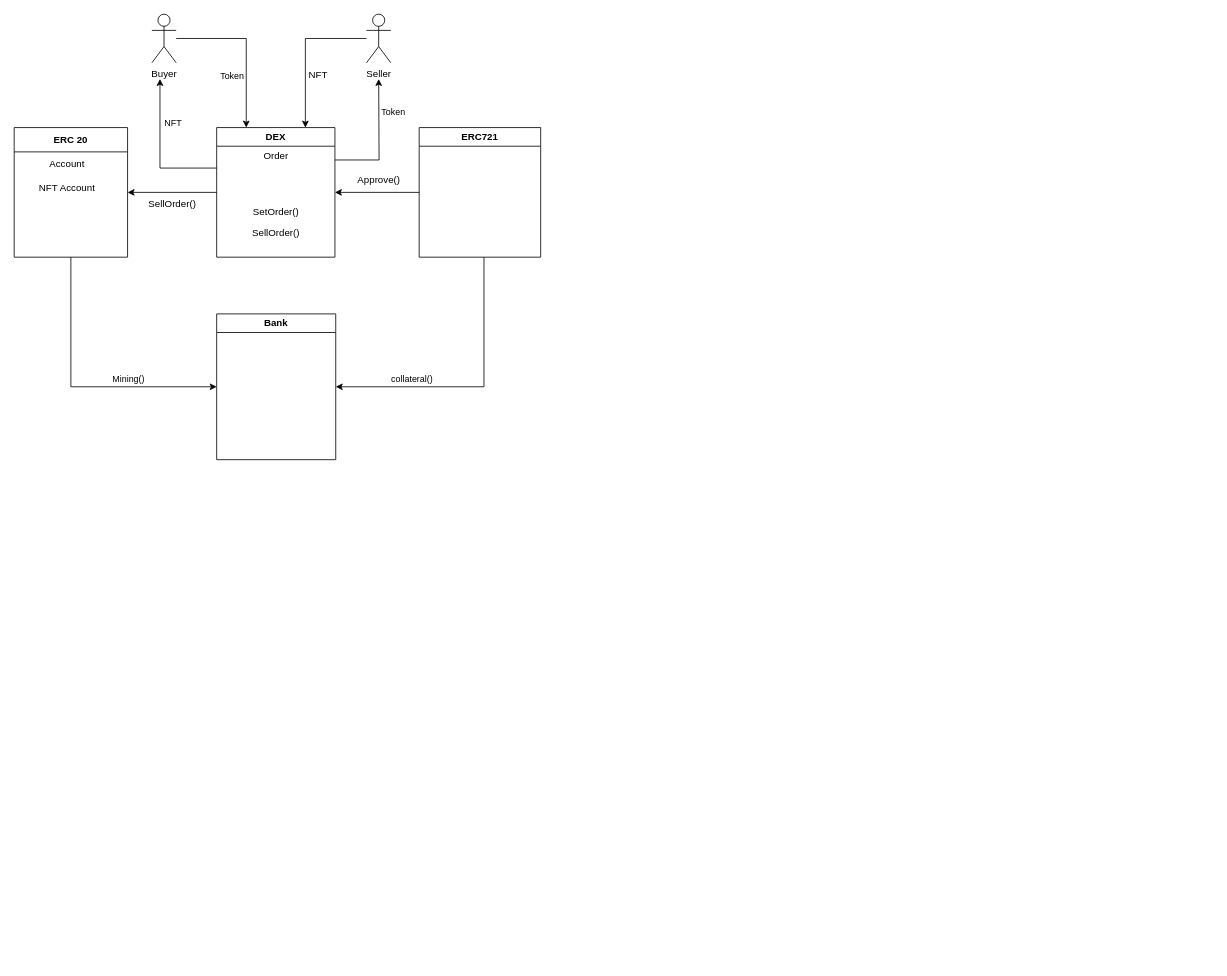
This is NFT.drawio from Adamlixi/adamblog.github.io, a draw.io file, before an edit. Source tidied: cells renumbered, new cells numbered last; positions are measured from the earlier drawing's top-left corner, leaving out a move shared by most shapes. Both pictures are drawn from the tidied source at 81%, with x=0, y=0 at pixel (14, 14).
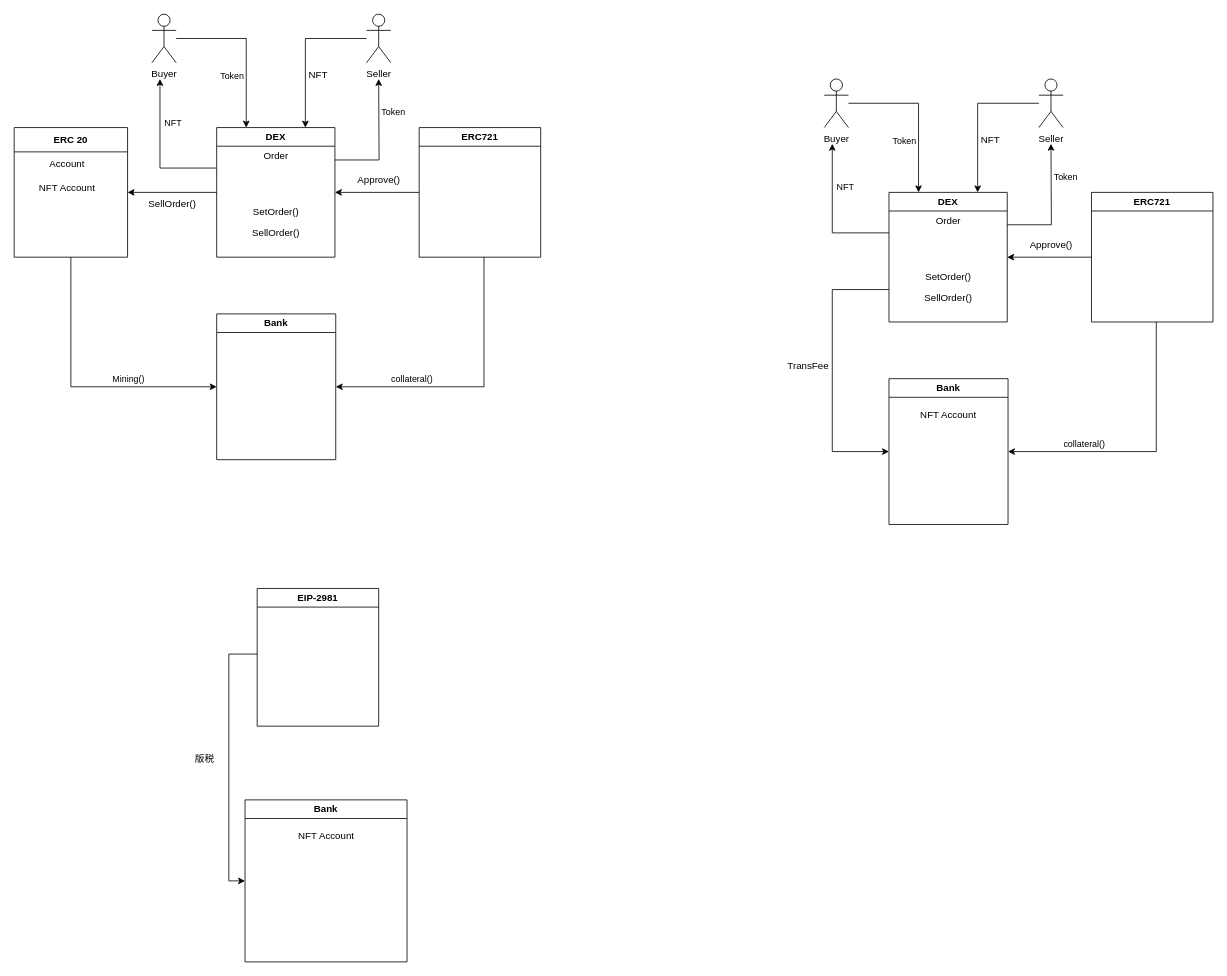
Above is the later version.

What changed in the source:
```diff
@@
+    <mxCell id="29" style="edgeStyle=orthogonalEdgeStyle;rounded=0;jettySize=auto;html=1;entryX=0;entryY=0.5;entryDx=0;entryDy=0;" parent="1" edge="1" target="31">
+      <mxGeometry relative="1" as="geometry">
+        <mxPoint x="300" y="790" as="sourcePoint" />
+        <Array as="points">
+          <mxPoint x="265" y="790" />
+          <mxPoint x="265" y="1070" />
+        </Array>
+      </mxGeometry>
+    </mxCell>
+    <mxCell id="30" value="EIP-2981" style="swimlane;whiteSpace=wrap;html=1;" parent="1" vertex="1">
+      <mxGeometry x="300" y="709" width="150" height="170" as="geometry" />
+    </mxCell>
+    <mxCell id="31" value="Bank" style="swimlane;whiteSpace=wrap;html=1;" parent="1" vertex="1">
+      <mxGeometry x="285" y="970" width="200" height="200" as="geometry" />
+    </mxCell>
+    <mxCell id="32" value="NFT Account" style="text;html=1;align=center;verticalAlign=middle;strokeColor=none;fillColor=none;" parent="31" vertex="1">
+      <mxGeometry x="55" y="30" width="90" height="30" as="geometry" />
+    </mxCell>
+    <mxCell id="33" value="版税" style="text;html=1;align=center;verticalAlign=middle;strokeColor=none;fillColor=none;" parent="1" vertex="1">
+      <mxGeometry x="210" y="905" width="50" height="30" as="geometry" />
+    </mxCell>
+    <mxCell id="34" style="edgeStyle=orthogonalEdgeStyle;rounded=0;jettySize=auto;html=1;entryX=0;entryY=0.5;entryDx=0;entryDy=0;exitX=0;exitY=0.75;exitDx=0;exitDy=0;" parent="1" edge="1" source="39" target="55">
+      <mxGeometry relative="1" as="geometry">
+        <Array as="points">
+          <mxPoint x="1010" y="340" />
+          <mxPoint x="1010" y="540" />
+        </Array>
+      </mxGeometry>
+    </mxCell>
+    <mxCell id="35" style="edgeStyle=orthogonalEdgeStyle;rounded=0;jettySize=auto;html=1;" parent="1" edge="1" source="39">
+      <mxGeometry relative="1" as="geometry">
+        <mxPoint x="1010" y="160" as="targetPoint" />
+        <Array as="points">
+          <mxPoint x="1010" y="270" />
+        </Array>
+      </mxGeometry>
+    </mxCell>
+    <mxCell id="36" value="NFT" style="edgeLabel;html=1;align=center;verticalAlign=middle;" parent="35" vertex="1">
+      <mxGeometry x="0.41" relative="1" as="geometry">
+        <mxPoint x="15" as="offset" />
+      </mxGeometry>
+    </mxCell>
+    <mxCell id="37" style="edgeStyle=orthogonalEdgeStyle;rounded=0;jettySize=auto;html=1;exitX=1;exitY=0.25;exitDx=0;exitDy=0;" parent="1" edge="1" source="39">
+      <mxGeometry relative="1" as="geometry">
+        <mxPoint x="1280" y="160" as="targetPoint" />
+      </mxGeometry>
+    </mxCell>
+    <mxCell id="38" value="Token" style="edgeLabel;html=1;align=center;verticalAlign=middle;" parent="37" vertex="1">
+      <mxGeometry x="0.47" y="-4" relative="1" as="geometry">
+        <mxPoint x="13" as="offset" />
+      </mxGeometry>
+    </mxCell>
+    <mxCell id="39" value="DEX" style="swimlane;whiteSpace=wrap;html=1;" parent="1" vertex="1">
+      <mxGeometry x="1080" y="220" width="146" height="160" as="geometry" />
+    </mxCell>
+    <mxCell id="40" value="Order" style="text;html=1;align=center;verticalAlign=middle;strokeColor=none;fillColor=none;" parent="39" vertex="1">
+      <mxGeometry x="48" y="20" width="50" height="30" as="geometry" />
+    </mxCell>
+    <mxCell id="41" value="SetOrder()" style="text;html=1;align=center;verticalAlign=middle;strokeColor=none;fillColor=none;" parent="39" vertex="1">
+      <mxGeometry x="33" y="90" width="80" height="30" as="geometry" />
+    </mxCell>
+    <mxCell id="42" value="SellOrder()" style="text;html=1;align=center;verticalAlign=middle;strokeColor=none;fillColor=none;" parent="39" vertex="1">
+      <mxGeometry x="33" y="115" width="80" height="30" as="geometry" />
+    </mxCell>
+    <mxCell id="43" style="edgeStyle=orthogonalEdgeStyle;rounded=0;jettySize=auto;html=1;entryX=1;entryY=0.5;entryDx=0;entryDy=0;" parent="1" edge="1" source="46" target="39">
+      <mxGeometry relative="1" as="geometry" />
+    </mxCell>
+    <mxCell id="44" style="edgeStyle=orthogonalEdgeStyle;rounded=0;jettySize=auto;html=1;entryX=1;entryY=0.5;entryDx=0;entryDy=0;" parent="1" edge="1" source="46" target="55">
+      <mxGeometry relative="1" as="geometry">
+        <Array as="points">
+          <mxPoint x="1410" y="540" />
+        </Array>
+      </mxGeometry>
+    </mxCell>
+    <mxCell id="45" value="collateral()" style="edgeLabel;html=1;align=center;verticalAlign=middle;" parent="44" vertex="1">
+      <mxGeometry x="0.47" y="-4" relative="1" as="geometry">
+        <mxPoint x="2" y="-6" as="offset" />
+      </mxGeometry>
+    </mxCell>
+    <mxCell id="46" value="ERC721" style="swimlane;whiteSpace=wrap;html=1;" parent="1" vertex="1">
+      <mxGeometry x="1330" y="220" width="150" height="160" as="geometry" />
+    </mxCell>
+    <mxCell id="47" value="TransFee" style="text;html=1;align=center;verticalAlign=middle;strokeColor=none;fillColor=none;" parent="1" vertex="1">
+      <mxGeometry x="945" y="420" width="70" height="30" as="geometry" />
+    </mxCell>
+    <mxCell id="48" value="Approve()" style="text;html=1;align=center;verticalAlign=middle;strokeColor=none;fillColor=none;" parent="1" vertex="1">
+      <mxGeometry x="1240" y="270" width="80" height="30" as="geometry" />
+    </mxCell>
+    <mxCell id="49" style="edgeStyle=orthogonalEdgeStyle;rounded=0;jettySize=auto;html=1;entryX=0.25;entryY=0;entryDx=0;entryDy=0;" parent="1" edge="1" source="51" target="39">
+      <mxGeometry relative="1" as="geometry" />
+    </mxCell>
+    <mxCell id="50" value="Token" style="edgeLabel;html=1;align=center;verticalAlign=middle;" parent="49" vertex="1">
+      <mxGeometry x="0.33" y="1" relative="1" as="geometry">
+        <mxPoint x="-19" y="2" as="offset" />
+      </mxGeometry>
+    </mxCell>
+    <mxCell id="51" value="Buyer" style="shape=umlActor;verticalLabelPosition=bottom;verticalAlign=top;html=1;outlineConnect=0;" parent="1" vertex="1">
+      <mxGeometry x="1000" y="80" width="30" height="60" as="geometry" />
+    </mxCell>
+    <mxCell id="52" style="edgeStyle=orthogonalEdgeStyle;rounded=0;jettySize=auto;html=1;entryX=0.75;entryY=0;entryDx=0;entryDy=0;" parent="1" edge="1" source="53" target="39">
+      <mxGeometry relative="1" as="geometry" />
+    </mxCell>
+    <mxCell id="53" value="Seller" style="shape=umlActor;verticalLabelPosition=bottom;verticalAlign=top;html=1;outlineConnect=0;" parent="1" vertex="1">
+      <mxGeometry x="1265" y="80" width="30" height="60" as="geometry" />
+    </mxCell>
+    <mxCell id="54" value="NFT" style="text;html=1;align=center;verticalAlign=middle;strokeColor=none;fillColor=none;" parent="1" vertex="1">
+      <mxGeometry x="1180" y="140" width="50" height="30" as="geometry" />
+    </mxCell>
+    <mxCell id="55" value="Bank" style="swimlane;whiteSpace=wrap;html=1;" parent="1" vertex="1">
+      <mxGeometry x="1080" y="450" width="147" height="180" as="geometry" />
+    </mxCell>
+    <mxCell id="56" value="NFT Account" style="text;html=1;align=center;verticalAlign=middle;strokeColor=none;fillColor=none;" parent="55" vertex="1">
+      <mxGeometry x="28" y="30" width="90" height="30" as="geometry" />
+    </mxCell>
```
